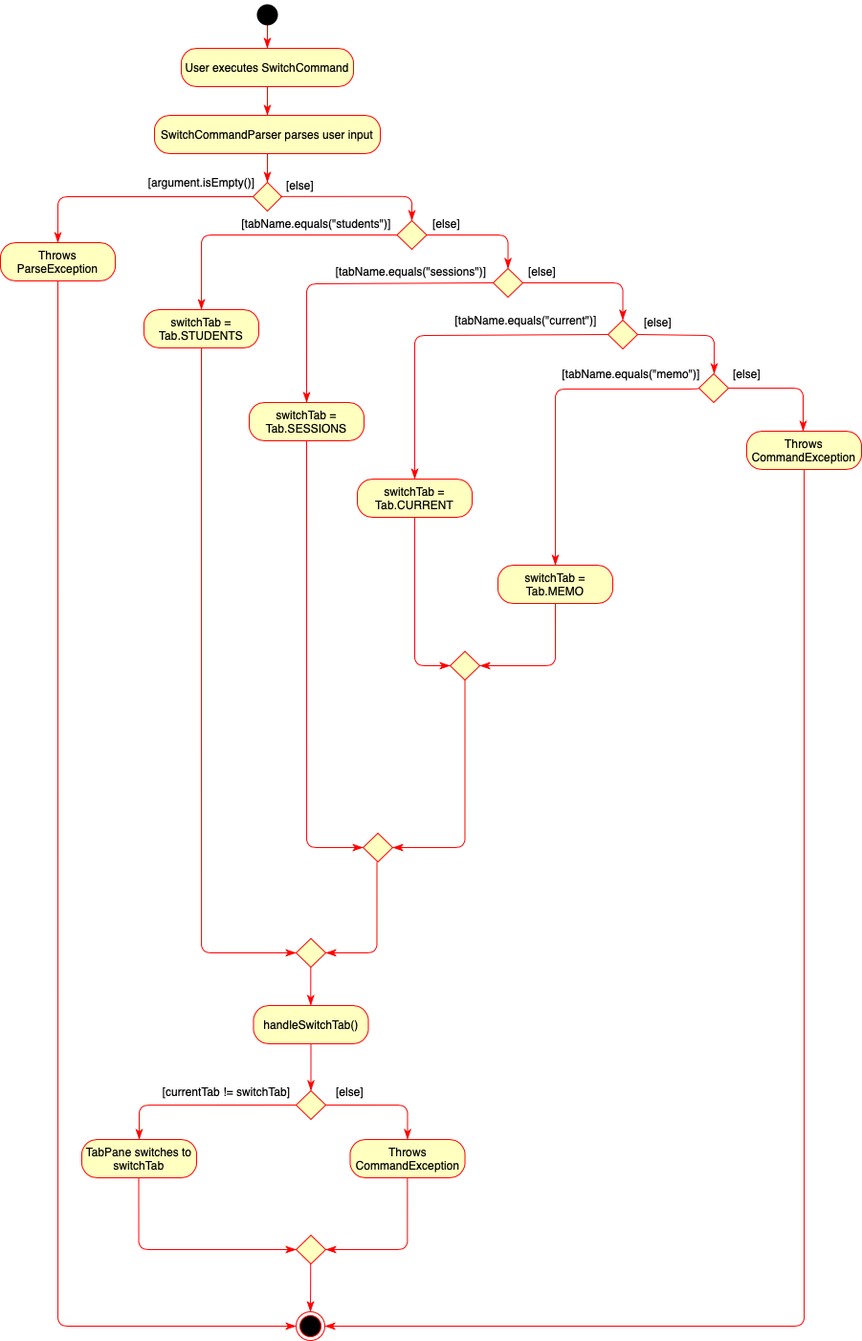
Above: docs/images/developer-guide/4.1.2-SwitchTabsActivityDiagram.png in nweiyue/tp (draw.io), before the change. Source tidied: cells renumbered, new cells last; positions are measured from the earlier drawing's top-left corner, leaving out a move shared by most shapes.
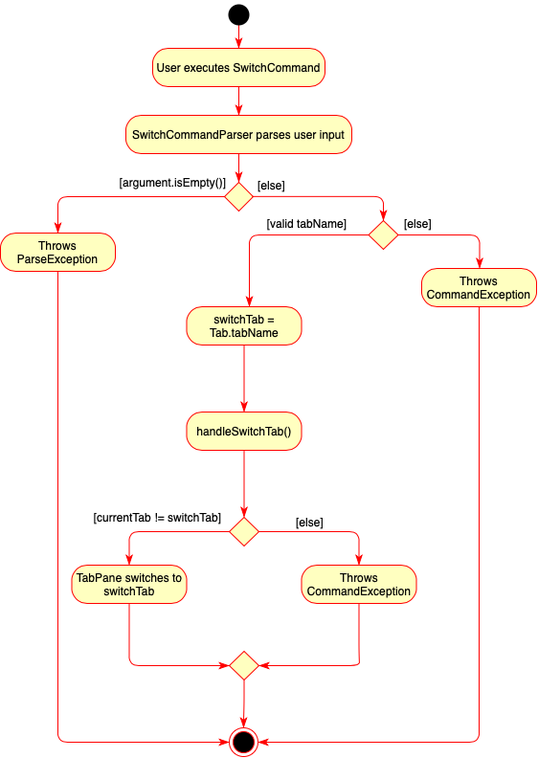
After the commit.

What changed in the source:
```diff
@@ -24,7 +24,7 @@
     <mxCell id="7" style="edgeStyle=orthogonalEdgeStyle;html=1;align=left;verticalAlign=bottom;endArrow=classicThin;endSize=8;strokeColor=#ff0000;exitX=0;exitY=0.5;exitDx=0;exitDy=0;entryX=0.5;entryY=0;entryDx=0;entryDy=0;endFill=1;" parent="1" edge="1" source="5" target="28">
       <mxGeometry x="-1" relative="1" as="geometry">
         <Array as="points">
-          <mxPoint x="60" y="205" />
+          <mxPoint x="90" y="205" />
         </Array>
       </mxGeometry>
     </mxCell>
@@ -45,252 +45,99 @@
     <mxCell id="12" style="edgeStyle=orthogonalEdgeStyle;html=1;align=left;verticalAlign=bottom;endArrow=classicThin;endSize=8;strokeColor=#ff0000;exitX=0;exitY=0.5;exitDx=0;exitDy=0;endFill=1;" parent="1" edge="1" source="4" target="30">
       <mxGeometry x="-1" relative="1" as="geometry">
         <Array as="points">
-          <mxPoint x="210" y="245" />
+          <mxPoint x="290" y="245" />
         </Array>
       </mxGeometry>
     </mxCell>
-    <mxCell id="13" style="edgeStyle=orthogonalEdgeStyle;html=1;align=left;verticalAlign=bottom;endArrow=classicThin;endSize=8;strokeColor=#ff0000;entryX=0.5;entryY=0;entryDx=0;entryDy=0;exitX=1;exitY=0.5;exitDx=0;exitDy=0;endFill=1;" parent="1" edge="1" source="4" target="19">
-      <mxGeometry x="-1" relative="1" as="geometry" />
+    <mxCell id="13" style="edgeStyle=orthogonalEdgeStyle;html=1;align=left;verticalAlign=bottom;endArrow=classicThin;endSize=8;strokeColor=#ff0000;entryX=0.5;entryY=0;entryDx=0;entryDy=0;exitX=1;exitY=0.5;exitDx=0;exitDy=0;endFill=1;" parent="1" edge="1" source="4">
+      <mxGeometry x="-1" relative="1" as="geometry">
+        <mxPoint x="530.5" y="280" as="targetPoint" />
+      </mxGeometry>
     </mxCell>
     <mxCell id="14" value="[else]" style="text;html=1;align=center;verticalAlign=middle;" parent="1" vertex="1">
       <mxGeometry x="445.5" y="223" width="40" height="20" as="geometry" />
     </mxCell>
-    <mxCell id="15" value="[else]" style="text;html=1;align=center;verticalAlign=middle;" parent="1" vertex="1">
-      <mxGeometry x="546" y="273" width="40" height="20" as="geometry" />
-    </mxCell>
-    <mxCell id="16" value="[else]" style="text;html=1;align=center;verticalAlign=middle;" parent="1" vertex="1">
-      <mxGeometry x="667" y="326" width="40" height="20" as="geometry" />
-    </mxCell>
-    <mxCell id="17" value="[tabName.equals(&quot;students&quot;)]" style="text;html=1;align=center;verticalAlign=middle;" parent="1" vertex="1">
-      <mxGeometry x="244.5" y="223" width="170" height="20" as="geometry" />
+    <mxCell id="17" value="[valid tabName]" style="text;html=1;align=center;verticalAlign=middle;" parent="1" vertex="1">
+      <mxGeometry x="300" y="223" width="100" height="20" as="geometry" />
     </mxCell>
-    <mxCell id="18" style="rhombus;whiteSpace=wrap;html=1;fillColor=#ffffc0;strokeColor=#ff0000;" parent="1" vertex="1">
-      <mxGeometry x="730" y="390" width="31" height="30" as="geometry" />
-    </mxCell>
-    <mxCell id="19" style="rhombus;whiteSpace=wrap;html=1;fillColor=#ffffc0;strokeColor=#ff0000;" parent="1" vertex="1">
-      <mxGeometry x="515" y="280" width="31" height="30" as="geometry" />
-    </mxCell>
-    <mxCell id="20" style="edgeStyle=orthogonalEdgeStyle;html=1;align=left;verticalAlign=bottom;endArrow=classicThin;endSize=8;strokeColor=#ff0000;exitX=0;exitY=0.5;exitDx=0;exitDy=0;entryX=0.5;entryY=0;entryDx=0;entryDy=0;endFill=1;" parent="1" edge="1" source="19" target="32">
-      <mxGeometry x="-1" relative="1" as="geometry">
-        <Array as="points">
-          <mxPoint x="320" y="296" />
-        </Array>
-      </mxGeometry>
-    </mxCell>
-    <mxCell id="21" value="[tabName.equals(&quot;sessions&quot;)]" style="text;html=1;align=center;verticalAlign=middle;" parent="1" vertex="1">
-      <mxGeometry x="344" y="273" width="170" height="20" as="geometry" />
-    </mxCell>
-    <mxCell id="22" style="edgeStyle=orthogonalEdgeStyle;html=1;align=left;verticalAlign=bottom;endArrow=classicThin;endSize=8;strokeColor=#ff0000;exitX=1;exitY=0.5;exitDx=0;exitDy=0;entryX=0.5;entryY=0;entryDx=0;entryDy=0;endFill=1;" parent="1" edge="1" source="19" target="23">
-      <mxGeometry x="-1" relative="1" as="geometry" />
-    </mxCell>
-    <mxCell id="23" style="rhombus;whiteSpace=wrap;html=1;fillColor=#ffffc0;strokeColor=#ff0000;" parent="1" vertex="1">
-      <mxGeometry x="635" y="334" width="31" height="30" as="geometry" />
-    </mxCell>
-    <mxCell id="24" value="[tabName.equals(&quot;current&quot;)]" style="text;html=1;align=center;verticalAlign=middle;" parent="1" vertex="1">
-      <mxGeometry x="469" y="324" width="160" height="20" as="geometry" />
-    </mxCell>
-    <mxCell id="25" style="edgeStyle=orthogonalEdgeStyle;html=1;align=left;verticalAlign=bottom;endArrow=classicThin;endSize=8;strokeColor=#ff0000;exitX=1;exitY=0.5;exitDx=0;exitDy=0;endFill=1;" parent="1" edge="1" source="18">
-      <mxGeometry x="-1" relative="1" as="geometry">
-        <mxPoint x="839" y="450" as="targetPoint" />
-        <Array as="points">
-          <mxPoint x="839" y="405" />
-        </Array>
-      </mxGeometry>
-    </mxCell>
-    <mxCell id="26" value="[else]" style="text;html=1;align=center;verticalAlign=middle;" parent="1" vertex="1">
-      <mxGeometry x="760" y="380" width="40" height="20" as="geometry" />
-    </mxCell>
-    <mxCell id="27" value="[tabName.equals(&quot;memo&quot;)]" style="text;html=1;align=center;verticalAlign=middle;" parent="1" vertex="1">
-      <mxGeometry x="579" y="380" width="160" height="20" as="geometry" />
-    </mxCell>
     <mxCell id="28" value="Throws ParseException" style="rounded=1;whiteSpace=wrap;html=1;arcSize=40;fontColor=#000000;fillColor=#ffffc0;strokeColor=#ff0000;" parent="1" vertex="1">
-      <mxGeometry y="253" width="120" height="40" as="geometry" />
+      <mxGeometry x="30" y="243" width="120" height="40" as="geometry" />
     </mxCell>
     <mxCell id="29" style="edgeStyle=orthogonalEdgeStyle;html=1;verticalAlign=bottom;endArrow=classicThin;endSize=8;strokeColor=#ff0000;exitX=0.5;exitY=1;exitDx=0;exitDy=0;entryX=0;entryY=0.5;entryDx=0;entryDy=0;endFill=1;" parent="1" edge="1" source="28" target="62">
       <mxGeometry relative="1" as="geometry">
         <Array as="points">
-          <mxPoint x="60" y="1385" />
+          <mxPoint x="90" y="775" />
         </Array>
       </mxGeometry>
     </mxCell>
-    <mxCell id="30" value="switchTab = Tab.STUDENTS" style="rounded=1;whiteSpace=wrap;html=1;arcSize=40;fontColor=#000000;fillColor=#ffffc0;strokeColor=#ff0000;" parent="1" vertex="1">
-      <mxGeometry x="150" y="323" width="120" height="40" as="geometry" />
+    <mxCell id="30" value="switchTab = Tab.tabName" style="rounded=1;whiteSpace=wrap;html=1;arcSize=40;fontColor=#000000;fillColor=#ffffc0;strokeColor=#ff0000;" parent="1" vertex="1">
+      <mxGeometry x="224.5" y="320" width="120" height="40" as="geometry" />
     </mxCell>
-    <mxCell id="31" style="edgeStyle=orthogonalEdgeStyle;html=1;verticalAlign=bottom;endArrow=classicThin;endSize=8;strokeColor=#ff0000;entryX=0;entryY=0.5;entryDx=0;entryDy=0;exitX=0.5;exitY=1;exitDx=0;exitDy=0;endFill=1;" parent="1" edge="1" source="30" target="46">
-      <mxGeometry relative="1" as="geometry">
-        <Array as="points">
-          <mxPoint x="210" y="995" />
-        </Array>
-      </mxGeometry>
-    </mxCell>
-    <mxCell id="32" value="switchTab = Tab.SESSIONS" style="rounded=1;whiteSpace=wrap;html=1;arcSize=40;fontColor=#000000;fillColor=#ffffc0;strokeColor=#ff0000;" parent="1" vertex="1">
-      <mxGeometry x="260" y="420" width="120" height="40" as="geometry" />
-    </mxCell>
-    <mxCell id="33" style="edgeStyle=orthogonalEdgeStyle;html=1;align=left;verticalAlign=bottom;endArrow=classicThin;endSize=8;strokeColor=#ff0000;exitX=0;exitY=0.5;exitDx=0;exitDy=0;entryX=0.5;entryY=0;entryDx=0;entryDy=0;endFill=1;" parent="1" edge="1" source="23" target="34">
-      <mxGeometry x="-1" relative="1" as="geometry">
-        <Array as="points">
-          <mxPoint x="635" y="350" />
-          <mxPoint x="433" y="350" />
-        </Array>
-      </mxGeometry>
-    </mxCell>
-    <mxCell id="34" value="switchTab = Tab.CURRENT" style="rounded=1;whiteSpace=wrap;html=1;arcSize=40;fontColor=#000000;fillColor=#ffffc0;strokeColor=#ff0000;" parent="1" vertex="1">
-      <mxGeometry x="373" y="500" width="120" height="40" as="geometry" />
-    </mxCell>
-    <mxCell id="35" style="edgeStyle=orthogonalEdgeStyle;html=1;align=left;verticalAlign=bottom;endArrow=classicThin;endSize=8;strokeColor=#ff0000;exitX=1;exitY=0.5;exitDx=0;exitDy=0;entryX=0.5;entryY=0;entryDx=0;entryDy=0;endFill=1;" parent="1" edge="1" source="23">
-      <mxGeometry x="-1" relative="1" as="geometry">
-        <mxPoint x="746" y="390" as="targetPoint" />
-        <Array as="points">
-          <mxPoint x="666" y="350" />
-          <mxPoint x="746" y="350" />
-          <mxPoint x="746" y="390" />
-        </Array>
-      </mxGeometry>
-    </mxCell>
-    <mxCell id="36" value="switchTab = Tab.MEMO" style="rounded=1;whiteSpace=wrap;html=1;arcSize=40;fontColor=#000000;fillColor=#ffffc0;strokeColor=#ff0000;" parent="1" vertex="1">
-      <mxGeometry x="520" y="590" width="120" height="40" as="geometry" />
-    </mxCell>
-    <mxCell id="37" style="edgeStyle=orthogonalEdgeStyle;html=1;align=left;verticalAlign=bottom;endArrow=classicThin;endSize=8;strokeColor=#ff0000;exitX=0;exitY=0.5;exitDx=0;exitDy=0;entryX=0.5;entryY=0;entryDx=0;entryDy=0;endFill=1;" parent="1" edge="1" target="36">
-      <mxGeometry x="-1" relative="1" as="geometry">
-        <mxPoint x="730" y="404.5" as="sourcePoint" />
-        <Array as="points">
-          <mxPoint x="730" y="406" />
-          <mxPoint x="580" y="406" />
-          <mxPoint x="580" y="590" />
-        </Array>
-      </mxGeometry>
-    </mxCell>
     <mxCell id="38" value="Throws CommandException" style="rounded=1;whiteSpace=wrap;html=1;arcSize=40;fontColor=#000000;fillColor=#ffffc0;strokeColor=#ff0000;" parent="1" vertex="1">
-      <mxGeometry x="780" y="450" width="120" height="40" as="geometry" />
+      <mxGeometry x="470" y="280" width="120" height="40" as="geometry" />
     </mxCell>
     <mxCell id="39" style="edgeStyle=orthogonalEdgeStyle;html=1;verticalAlign=bottom;endArrow=classicThin;endSize=8;strokeColor=#ff0000;entryX=1;entryY=0.5;entryDx=0;entryDy=0;endFill=1;" parent="1" edge="1" source="38" target="62">
       <mxGeometry relative="1" as="geometry">
         <Array as="points">
-          <mxPoint x="840" y="1385" />
+          <mxPoint x="530" y="775" />
         </Array>
       </mxGeometry>
     </mxCell>
-    <mxCell id="40" style="edgeStyle=orthogonalEdgeStyle;html=1;verticalAlign=bottom;endArrow=classicThin;endSize=8;strokeColor=#ff0000;entryX=1;entryY=0.5;entryDx=0;entryDy=0;endFill=1;" parent="1" edge="1" target="41">
-      <mxGeometry relative="1" as="geometry">
-        <mxPoint x="580" y="630" as="sourcePoint" />
-        <Array as="points">
-          <mxPoint x="580" y="630" />
-          <mxPoint x="580" y="695" />
-        </Array>
-      </mxGeometry>
-    </mxCell>
-    <mxCell id="41" style="rhombus;whiteSpace=wrap;html=1;fillColor=#ffffc0;strokeColor=#ff0000;" parent="1" vertex="1">
-      <mxGeometry x="470" y="680" width="31" height="30" as="geometry" />
-    </mxCell>
-    <mxCell id="42" style="edgeStyle=orthogonalEdgeStyle;html=1;verticalAlign=bottom;endArrow=classicThin;endSize=8;strokeColor=#ff0000;entryX=0;entryY=0.5;entryDx=0;entryDy=0;exitX=0.5;exitY=1;exitDx=0;exitDy=0;endFill=1;" parent="1" edge="1" source="34" target="41">
-      <mxGeometry relative="1" as="geometry">
-        <Array as="points">
-          <mxPoint x="433" y="695" />
-        </Array>
-      </mxGeometry>
-    </mxCell>
-    <mxCell id="43" style="edgeStyle=orthogonalEdgeStyle;html=1;verticalAlign=bottom;endArrow=classicThin;endSize=8;strokeColor=#ff0000;exitX=0.5;exitY=1;exitDx=0;exitDy=0;entryX=0;entryY=0.5;entryDx=0;entryDy=0;endFill=1;" parent="1" edge="1" target="44">
-      <mxGeometry relative="1" as="geometry">
-        <mxPoint x="320" y="460" as="sourcePoint" />
-        <Array as="points">
-          <mxPoint x="320" y="885" />
-        </Array>
-      </mxGeometry>
-    </mxCell>
-    <mxCell id="44" style="rhombus;whiteSpace=wrap;html=1;fillColor=#ffffc0;strokeColor=#ff0000;" parent="1" vertex="1">
-      <mxGeometry x="379" y="870" width="31" height="30" as="geometry" />
-    </mxCell>
-    <mxCell id="45" style="edgeStyle=orthogonalEdgeStyle;html=1;verticalAlign=bottom;endArrow=classicThin;endSize=8;strokeColor=#ff0000;entryX=1;entryY=0.5;entryDx=0;entryDy=0;exitX=0.5;exitY=1;exitDx=0;exitDy=0;endFill=1;" parent="1" edge="1" source="41" target="44">
-      <mxGeometry relative="1" as="geometry">
-        <Array as="points">
-          <mxPoint x="486" y="885" />
-        </Array>
-      </mxGeometry>
-    </mxCell>
-    <mxCell id="46" style="rhombus;whiteSpace=wrap;html=1;fillColor=#ffffc0;strokeColor=#ff0000;" parent="1" vertex="1">
-      <mxGeometry x="309" y="980" width="31" height="30" as="geometry" />
-    </mxCell>
-    <mxCell id="47" style="edgeStyle=orthogonalEdgeStyle;html=1;verticalAlign=bottom;endArrow=classicThin;endSize=8;strokeColor=#ff0000;endFill=1;" parent="1" edge="1">
-      <mxGeometry relative="1" as="geometry">
-        <mxPoint x="393.5" y="900" as="sourcePoint" />
-        <mxPoint x="340" y="995" as="targetPoint" />
-        <Array as="points">
-          <mxPoint x="393.5" y="900" />
-          <mxPoint x="393.5" y="995" />
-        </Array>
-      </mxGeometry>
-    </mxCell>
-    <mxCell id="48" value="handleSwitchTab()" style="rounded=1;whiteSpace=wrap;html=1;arcSize=40;fontColor=#000000;fillColor=#ffffc0;strokeColor=#ff0000;" parent="1" vertex="1">
-      <mxGeometry x="264.5" y="1050" width="120" height="40" as="geometry" />
-    </mxCell>
     <mxCell id="49" style="edgeStyle=orthogonalEdgeStyle;html=1;verticalAlign=bottom;endArrow=classicThin;endSize=8;strokeColor=#ff0000;endFill=1;" parent="1" edge="1" source="48" target="51">
       <mxGeometry relative="1" as="geometry" />
     </mxCell>
-    <mxCell id="50" style="edgeStyle=orthogonalEdgeStyle;html=1;verticalAlign=bottom;endArrow=classicThin;endSize=8;strokeColor=#ff0000;endFill=1;" parent="1" edge="1">
-      <mxGeometry relative="1" as="geometry">
-        <mxPoint x="324.3" y="1010" as="sourcePoint" />
-        <mxPoint x="324.3" y="1050" as="targetPoint" />
-        <Array as="points">
-          <mxPoint x="324" y="1040" />
-          <mxPoint x="324" y="1040" />
-        </Array>
-      </mxGeometry>
-    </mxCell>
     <mxCell id="51" style="rhombus;whiteSpace=wrap;html=1;fillColor=#ffffc0;strokeColor=#ff0000;" parent="1" vertex="1">
-      <mxGeometry x="309" y="1139" width="31" height="30" as="geometry" />
+      <mxGeometry x="269" y="540" width="31" height="30" as="geometry" />
     </mxCell>
     <mxCell id="52" style="edgeStyle=orthogonalEdgeStyle;html=1;align=left;verticalAlign=bottom;endArrow=classicThin;endSize=8;strokeColor=#ff0000;exitX=1;exitY=0.5;exitDx=0;exitDy=0;entryX=0.5;entryY=0;entryDx=0;entryDy=0;endFill=1;" parent="1" edge="1" source="51" target="53">
       <mxGeometry x="-1" relative="1" as="geometry">
         <Array as="points">
-          <mxPoint x="426" y="1154" />
+          <mxPoint x="405" y="555" />
         </Array>
       </mxGeometry>
     </mxCell>
     <mxCell id="53" value="Throws CommandException" style="rounded=1;whiteSpace=wrap;html=1;arcSize=40;fontColor=#000000;fillColor=#ffffc0;strokeColor=#ff0000;" parent="1" vertex="1">
-      <mxGeometry x="365.5" y="1190" width="120" height="40" as="geometry" />
+      <mxGeometry x="344.5" y="590" width="120" height="40" as="geometry" />
     </mxCell>
     <mxCell id="54" style="edgeStyle=orthogonalEdgeStyle;html=1;align=left;verticalAlign=bottom;endArrow=classicThin;endSize=8;strokeColor=#ff0000;exitX=0;exitY=0.5;exitDx=0;exitDy=0;entryX=0.5;entryY=0;entryDx=0;entryDy=0;endFill=1;" parent="1" edge="1" source="51" target="55">
       <mxGeometry x="-1" relative="1" as="geometry">
         <Array as="points">
-          <mxPoint x="145" y="1154" />
+          <mxPoint x="165" y="555" />
         </Array>
       </mxGeometry>
     </mxCell>
     <mxCell id="55" value="TabPane switches to switchTab" style="rounded=1;whiteSpace=wrap;html=1;arcSize=40;fontColor=#000000;fillColor=#ffffc0;strokeColor=#ff0000;" parent="1" vertex="1">
-      <mxGeometry x="85" y="1190" width="120" height="40" as="geometry" />
+      <mxGeometry x="104.5" y="590" width="120" height="40" as="geometry" />
     </mxCell>
     <mxCell id="56" value="[else]" style="text;html=1;align=center;verticalAlign=middle;" parent="1" vertex="1">
-      <mxGeometry x="344.5" y="1130" width="40" height="20" as="geometry" />
+      <mxGeometry x="333" y="535" width="40" height="20" as="geometry" />
     </mxCell>
     <mxCell id="57" value="[currentTab != switchTab]" style="text;html=1;align=center;verticalAlign=middle;" parent="1" vertex="1">
-      <mxGeometry x="161" y="1130" width="150" height="20" as="geometry" />
+      <mxGeometry x="119" y="530" width="150" height="20" as="geometry" />
     </mxCell>
-    <mxCell id="58" style="edgeStyle=orthogonalEdgeStyle;html=1;verticalAlign=bottom;endArrow=classicThin;endSize=8;strokeColor=#ff0000;entryX=0;entryY=0.5;entryDx=0;entryDy=0;endFill=1;" parent="1" edge="1" target="60">
+    <mxCell id="58" style="edgeStyle=orthogonalEdgeStyle;html=1;verticalAlign=bottom;endArrow=classicThin;endSize=8;strokeColor=#ff0000;entryX=0;entryY=0.5;entryDx=0;entryDy=0;endFill=1;exitX=0.5;exitY=1;exitDx=0;exitDy=0;" parent="1" edge="1" source="55" target="60">
       <mxGeometry relative="1" as="geometry">
-        <mxPoint x="144.5" y="1230" as="sourcePoint" />
         <Array as="points">
-          <mxPoint x="145" y="1305" />
+          <mxPoint x="165" y="695" />
         </Array>
       </mxGeometry>
     </mxCell>
-    <mxCell id="59" style="edgeStyle=orthogonalEdgeStyle;html=1;verticalAlign=bottom;endArrow=classicThin;endSize=8;strokeColor=#ff0000;entryX=1;entryY=0.5;entryDx=0;entryDy=0;endFill=1;" parent="1" edge="1" target="60">
+    <mxCell id="59" style="edgeStyle=orthogonalEdgeStyle;html=1;verticalAlign=bottom;endArrow=classicThin;endSize=8;strokeColor=#ff0000;entryX=1;entryY=0.5;entryDx=0;entryDy=0;endFill=1;exitX=0.5;exitY=1;exitDx=0;exitDy=0;" parent="1" edge="1" source="53" target="60">
       <mxGeometry relative="1" as="geometry">
-        <mxPoint x="425.4" y="1230" as="sourcePoint" />
         <Array as="points">
-          <mxPoint x="425" y="1305" />
+          <mxPoint x="405" y="680" />
+          <mxPoint x="405" y="695" />
         </Array>
       </mxGeometry>
     </mxCell>
     <mxCell id="60" style="rhombus;whiteSpace=wrap;html=1;fillColor=#ffffc0;strokeColor=#ff0000;" parent="1" vertex="1">
-      <mxGeometry x="309" y="1290" width="31" height="30" as="geometry" />
+      <mxGeometry x="269" y="680" width="31" height="30" as="geometry" />
     </mxCell>
-    <mxCell id="61" style="edgeStyle=orthogonalEdgeStyle;html=1;verticalAlign=bottom;endArrow=classicThin;endSize=8;strokeColor=#ff0000;entryX=0.5;entryY=0;entryDx=0;entryDy=0;endFill=1;" parent="1" edge="1" target="62">
-      <mxGeometry relative="1" as="geometry">
-        <mxPoint x="324.2" y="1320" as="sourcePoint" />
-      </mxGeometry>
+    <mxCell id="61" style="edgeStyle=orthogonalEdgeStyle;html=1;verticalAlign=bottom;endArrow=classicThin;endSize=8;strokeColor=#ff0000;entryX=0.5;entryY=0;entryDx=0;entryDy=0;endFill=1;exitX=0.5;exitY=1;exitDx=0;exitDy=0;" parent="1" edge="1" source="60" target="62">
+      <mxGeometry relative="1" as="geometry" />
     </mxCell>
     <mxCell id="62" style="ellipse;html=1;shape=endState;fillColor=#000000;strokeColor=#ff0000;" parent="1" vertex="1">
-      <mxGeometry x="309" y="1370" width="30" height="30" as="geometry" />
+      <mxGeometry x="269" y="760" width="30" height="30" as="geometry" />
     </mxCell>
     <mxCell id="63" style="edgeStyle=orthogonalEdgeStyle;html=1;verticalAlign=bottom;endArrow=classicThin;endSize=8;strokeColor=#ff0000;endFill=1;" parent="1" edge="1">
       <mxGeometry relative="1" as="geometry">
@@ -305,5 +152,11 @@
     <mxCell id="64" style="ellipse;html=1;shape=startState;fillColor=#000000;strokeColor=none;" parent="1" vertex="1">
       <mxGeometry x="264" width="30" height="30" as="geometry" />
     </mxCell>
+    <mxCell id="48" value="handleSwitchTab()" style="rounded=1;whiteSpace=wrap;html=1;arcSize=40;fontColor=#000000;fillColor=#ffffc0;strokeColor=#ff0000;" parent="1" vertex="1">
+      <mxGeometry x="224.5" y="430" width="120" height="40" as="geometry" />
+    </mxCell>
+    <mxCell id="65" style="edgeStyle=orthogonalEdgeStyle;html=1;verticalAlign=bottom;endArrow=classicThin;endSize=8;strokeColor=#ff0000;endFill=1;exitX=0.5;exitY=1;exitDx=0;exitDy=0;" parent="1" edge="1" source="30" target="48">
+      <mxGeometry relative="1" as="geometry" />
+    </mxCell>
   </root>
 </mxGraphModel>
```
